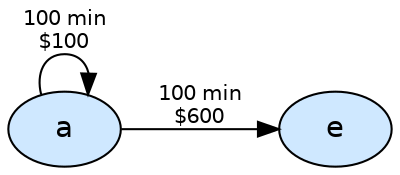
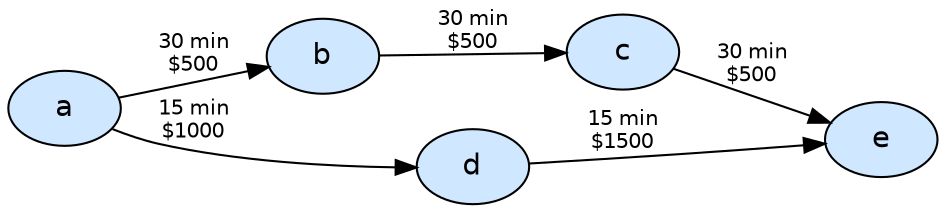
digraph red_metro {
rankdir=LR;
node [shape=ellipse, style=filled, fillcolor="#cfe8ff", fontname="Helvetica"];
edge [fontname="Helvetica", fontsize=10];

"a";
+ "b";
+ "c";
+ "d";
"e";

- "a" -> "e" [label="100 min\n$600"];
- "a" -> "a" [label="100 min\n$100"];
+ "a" -> "b" [label="30 min\n$500"];
+ "a" -> "d" [label="15 min\n$1000"];
+ "b" -> "c" [label="30 min\n$500"];
+ "c" -> "e" [label="30 min\n$500"];
+ "d" -> "e" [label="15 min\n$1500"];
}
